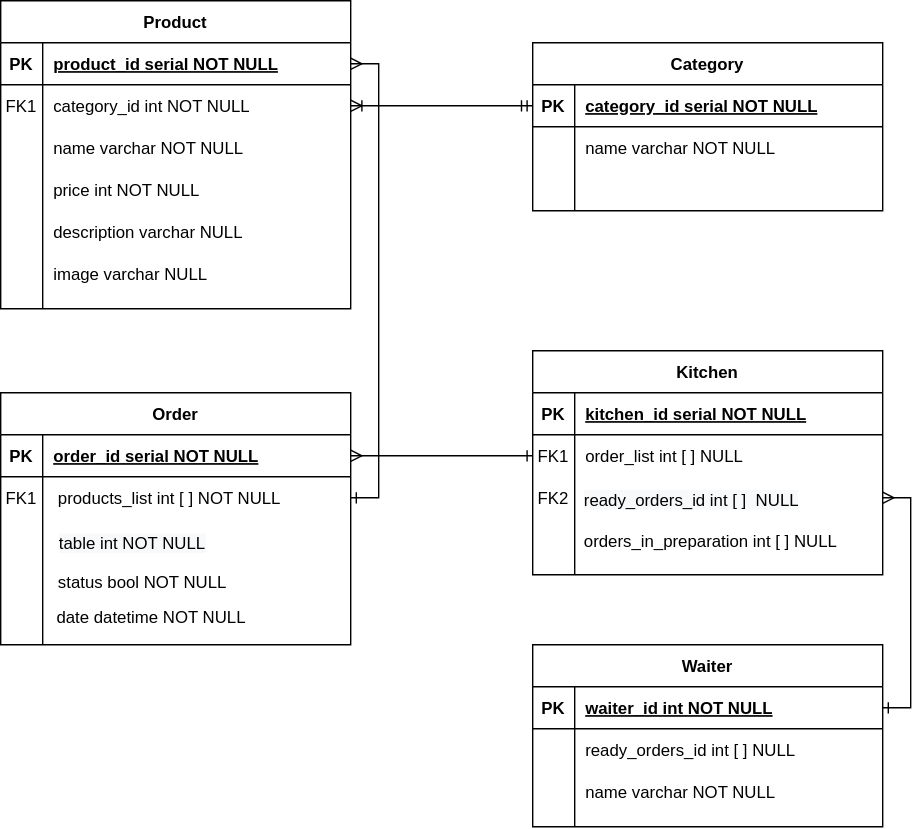
brunocamposal/kitchin-kanri keeps this draw.io diagram as kitchin.svg. Above is the earlier version. Source tidied: cells renumbered, new cells last; positions are measured from the earlier drawing's top-left corner, leaving out a move shared by most shapes.
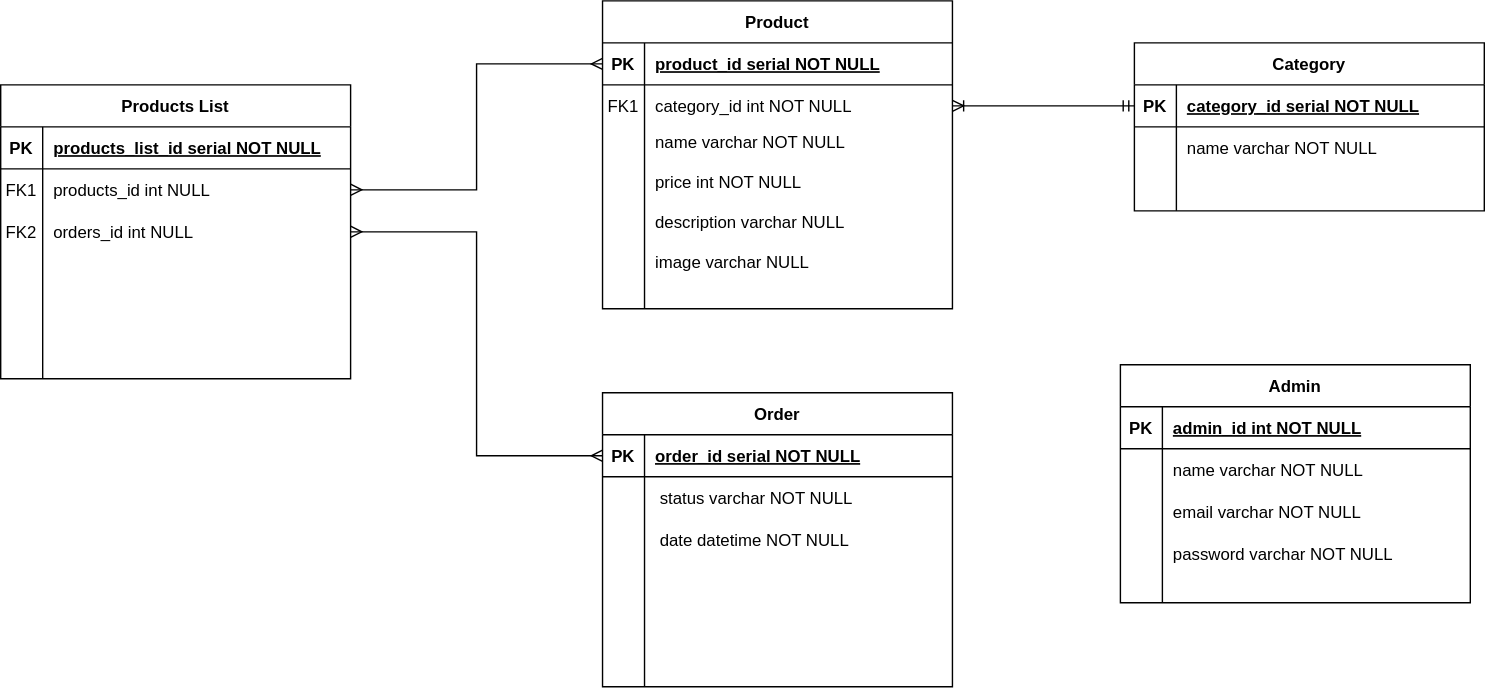
Above is the later version.

Change to the diagram source:
```diff
@@ -5,86 +5,11 @@
     <mxCell id="2" style="edgeStyle=entityRelationEdgeStyle;endArrow=ERoneToMany;startArrow=ERmandOne;endFill=0;startFill=0;" parent="1" edge="1" source="56" target="44">
       <mxGeometry relative="1" as="geometry" />
     </mxCell>
-    <mxCell id="3" value="Waiter" style="shape=table;startSize=30;rowLines=0;fontStyle=1;align=center;" parent="1" vertex="1">
-      <mxGeometry x="380" y="460" width="250" height="130" as="geometry" />
-    </mxCell>
-    <mxCell id="4" style="shape=partialRectangle;fillColor=none;points=[[0,0.5],[1,0.5]];portConstraint=eastwest;top=0;left=0;right=0;bottom=1;" parent="3" vertex="1">
-      <mxGeometry y="30" width="250" height="30" as="geometry" />
-    </mxCell>
-    <mxCell id="5" value="PK" style="shape=partialRectangle;overflow=hidden;fillColor=none;top=0;left=0;bottom=0;right=0;fontStyle=1;" parent="4" vertex="1">
-      <mxGeometry width="30" height="30" as="geometry" />
-    </mxCell>
-    <mxCell id="6" value="waiter_id int NOT NULL " style="shape=partialRectangle;overflow=hidden;fillColor=none;top=0;left=0;bottom=0;right=0;align=left;spacingLeft=6;fontStyle=5;" parent="4" vertex="1">
-      <mxGeometry x="30" width="220" height="30" as="geometry" />
-    </mxCell>
-    <mxCell id="7" style="shape=partialRectangle;fillColor=none;top=0;left=0;right=0;bottom=0;" parent="3" vertex="1">
-      <mxGeometry y="60" width="250" height="30" as="geometry" />
-    </mxCell>
-    <mxCell id="8" style="shape=partialRectangle;overflow=hidden;fillColor=none;top=0;left=0;bottom=0;right=0;" parent="7" vertex="1">
-      <mxGeometry width="30" height="30" as="geometry" />
-    </mxCell>
-    <mxCell id="9" value="ready_orders_id int [ ] NULL" style="shape=partialRectangle;overflow=hidden;fillColor=none;top=0;left=0;bottom=0;right=0;align=left;spacingLeft=6;" parent="7" vertex="1">
-      <mxGeometry x="30" width="220" height="30" as="geometry" />
-    </mxCell>
-    <mxCell id="10" style="shape=partialRectangle;fillColor=none;top=0;left=0;right=0;bottom=0;" parent="3" vertex="1">
-      <mxGeometry y="90" width="250" height="30" as="geometry" />
-    </mxCell>
-    <mxCell id="11" style="shape=partialRectangle;overflow=hidden;fillColor=none;top=0;left=0;bottom=0;right=0;" parent="10" vertex="1">
-      <mxGeometry width="30" height="30" as="geometry" />
-    </mxCell>
-    <mxCell id="12" value="name varchar NOT NULL" style="shape=partialRectangle;overflow=hidden;fillColor=none;top=0;left=0;bottom=0;right=0;align=left;spacingLeft=6;" parent="10" vertex="1">
-      <mxGeometry x="30" width="220" height="30" as="geometry" />
-    </mxCell>
-    <mxCell id="13" style="group;" parent="1" vertex="1">
-      <mxGeometry x="380" y="250" width="250" height="160" as="geometry" />
-    </mxCell>
-    <mxCell id="14" value="Kitchen" style="shape=table;startSize=30;rowLines=0;fontStyle=1;align=center;" parent="13" vertex="1">
-      <mxGeometry width="250" height="160" as="geometry" />
-    </mxCell>
-    <mxCell id="15" style="shape=partialRectangle;fillColor=none;top=0;left=0;right=0;bottom=1;" parent="14" vertex="1">
-      <mxGeometry y="30" width="250" height="30" as="geometry" />
-    </mxCell>
-    <mxCell id="16" value="PK" style="shape=partialRectangle;overflow=hidden;fillColor=none;top=0;left=0;bottom=0;right=0;fontStyle=1;" parent="15" vertex="1">
-      <mxGeometry width="30" height="30" as="geometry" />
-    </mxCell>
-    <mxCell id="17" value="kitchen_id serial NOT NULL " style="shape=partialRectangle;overflow=hidden;fillColor=none;top=0;left=0;bottom=0;right=0;align=left;spacingLeft=6;fontStyle=5;" parent="15" vertex="1">
-      <mxGeometry x="30" width="220" height="30" as="geometry" />
-    </mxCell>
-    <mxCell id="18" style="shape=partialRectangle;fillColor=none;points=[[0,0.5],[1,0.5]];portConstraint=eastwest;top=0;left=0;right=0;bottom=0;" parent="14" vertex="1">
-      <mxGeometry y="60" width="250" height="30" as="geometry" />
-    </mxCell>
-    <mxCell id="19" value="FK1" style="shape=partialRectangle;overflow=hidden;fillColor=none;top=0;left=0;bottom=0;right=0;" parent="18" vertex="1">
-      <mxGeometry width="30" height="30" as="geometry" />
-    </mxCell>
-    <mxCell id="20" value="order_list int [ ] NULL" style="shape=partialRectangle;overflow=hidden;fillColor=none;top=0;left=0;bottom=0;right=0;align=left;spacingLeft=6;" parent="18" vertex="1">
-      <mxGeometry x="30" width="220" height="30" as="geometry" />
-    </mxCell>
-    <mxCell id="21" style="shape=partialRectangle;fillColor=none;points=[[0,0.5],[1,0.5]];portConstraint=eastwest;top=0;left=0;right=0;bottom=0;" parent="14" vertex="1">
-      <mxGeometry y="90" width="250" height="30" as="geometry" />
-    </mxCell>
-    <mxCell id="22" style="shape=partialRectangle;overflow=hidden;fillColor=none;top=0;left=0;bottom=0;right=0;" parent="21" vertex="1">
-      <mxGeometry width="30" height="30" as="geometry" />
-    </mxCell>
-    <mxCell id="23" style="shape=partialRectangle;overflow=hidden;fillColor=none;top=0;left=0;bottom=0;right=0;align=left;spacingLeft=6;" parent="21" vertex="1">
-      <mxGeometry x="30" width="220" height="30" as="geometry" />
-    </mxCell>
-    <mxCell id="24" style="shape=partialRectangle;overflow=hidden;fillColor=none;top=0;left=0;bottom=0;right=0;align=left;spacingLeft=6;" parent="13" vertex="1">
-      <mxGeometry x="28" y="90" width="222" height="30" as="geometry" />
-    </mxCell>
-    <mxCell id="25" value="&lt;span style=&quot;color: rgb(0 , 0 , 0) ; font-family: &amp;#34;helvetica&amp;#34; ; font-size: 12px ; font-style: normal ; font-weight: 400 ; letter-spacing: normal ; text-align: left ; text-indent: 0px ; text-transform: none ; word-spacing: 0px ; background-color: rgb(248 , 249 , 250) ; display: inline ; float: none&quot;&gt;ready_orders_id int [ ]&amp;nbsp; NULL&lt;/span&gt;" style="text;whiteSpace=wrap;html=1;" parent="13" vertex="1">
-      <mxGeometry x="35" y="93" width="200" height="30" as="geometry" />
-    </mxCell>
-    <mxCell id="26" value="FK2" style="shape=partialRectangle;overflow=hidden;fillColor=none;top=0;left=0;bottom=0;right=0;" parent="13" vertex="1">
-      <mxGeometry y="90" width="30" height="30" as="geometry" />
-    </mxCell>
-    <mxCell id="27" value="orders_in_preparation int [ ] NULL" style="text;whiteSpace=wrap;html=1;" parent="13" vertex="1">
-      <mxGeometry x="35" y="123" width="185" height="30" as="geometry" />
-    </mxCell>
     <mxCell id="28" style="group;" parent="1" vertex="1">
       <mxGeometry y="280" width="250" height="180" as="geometry" />
     </mxCell>
     <mxCell id="29" value="Order" style="shape=table;startSize=30;rowLines=0;fontStyle=1;align=center;" parent="28" vertex="1">
-      <mxGeometry width="250" height="180" as="geometry" />
+      <mxGeometry width="250" height="210" as="geometry" />
     </mxCell>
     <mxCell id="30" style="shape=partialRectangle;fillColor=none;points=[[0,0.5],[1,0.5]];portConstraint=eastwest;top=0;left=0;right=0;bottom=1;" parent="29" vertex="1">
       <mxGeometry y="30" width="250" height="30" as="geometry" />
@@ -98,21 +23,27 @@
     <mxCell id="33" style="shape=partialRectangle;fillColor=none;points=[[0,0.5],[1,0.5]];portConstraint=eastwest;top=0;left=0;right=0;bottom=0;" parent="29" vertex="1">
       <mxGeometry y="60" width="250" height="30" as="geometry" />
     </mxCell>
-    <mxCell id="34" value="FK1" style="shape=partialRectangle;overflow=hidden;fillColor=none;top=0;left=0;bottom=0;right=0;" parent="33" vertex="1">
+    <mxCell id="34" style="shape=partialRectangle;overflow=hidden;fillColor=none;top=0;left=0;bottom=0;right=0;" parent="33" vertex="1">
       <mxGeometry width="30" height="30" as="geometry" />
     </mxCell>
-    <mxCell id="35" value=" products_list int [ ] NOT NULL" style="shape=partialRectangle;overflow=hidden;fillColor=none;top=0;left=0;bottom=0;right=0;align=left;spacingLeft=6;" parent="33" vertex="1">
+    <mxCell id="35" value=" status varchar NOT NULL" style="shape=partialRectangle;overflow=hidden;fillColor=none;top=0;left=0;bottom=0;right=0;align=left;spacingLeft=6;" parent="33" vertex="1">
       <mxGeometry x="30" width="220" height="30" as="geometry" />
     </mxCell>
+    <mxCell id="69" style="shape=partialRectangle;fillColor=none;top=0;left=0;right=0;bottom=0;" parent="29" vertex="1">
+      <mxGeometry y="90" width="250" height="30" as="geometry" />
+    </mxCell>
+    <mxCell id="70" style="shape=partialRectangle;overflow=hidden;fillColor=none;top=0;left=0;bottom=0;right=0;" parent="69" vertex="1">
+      <mxGeometry width="30" height="30" as="geometry" />
+    </mxCell>
+    <mxCell id="71" value=" date datetime NOT NULL" style="shape=partialRectangle;overflow=hidden;fillColor=none;top=0;left=0;bottom=0;right=0;align=left;spacingLeft=6;" parent="69" vertex="1">
+      <mxGeometry x="30" width="220" height="30" as="geometry" />
+    </mxCell>
-    <mxCell id="36" value=" status bool NOT NULL" style="shape=partialRectangle;overflow=hidden;fillColor=none;top=0;left=0;bottom=0;right=0;align=left;spacingLeft=6;" parent="28" vertex="1">
+    <mxCell id="36" style="shape=partialRectangle;overflow=hidden;fillColor=none;top=0;left=0;bottom=0;right=0;align=left;spacingLeft=6;" parent="28" vertex="1">
       <mxGeometry x="30" y="120" width="220" height="30" as="geometry" />
     </mxCell>
-    <mxCell id="37" value=" date datetime NOT NULL" style="shape=partialRectangle;overflow=hidden;fillColor=none;top=0;left=0;bottom=0;right=0;align=left;spacingLeft=6;" parent="28" vertex="1">
+    <mxCell id="37" style="shape=partialRectangle;overflow=hidden;fillColor=none;top=0;left=0;bottom=0;right=0;align=left;spacingLeft=6;" parent="28" vertex="1">
       <mxGeometry x="29" y="140" width="220" height="40" as="geometry" />
     </mxCell>
-    <mxCell id="38" value="&lt;meta charset=&quot;utf-8&quot;&gt;&lt;span style=&quot;color: rgb(0, 0, 0); font-family: helvetica; font-size: 12px; font-style: normal; font-weight: 400; letter-spacing: normal; text-align: left; text-indent: 0px; text-transform: none; word-spacing: 0px; background-color: rgb(248, 249, 250); display: inline; float: none;&quot;&gt;table int NOT NULL&lt;/span&gt;" style="text;whiteSpace=wrap;html=1;" parent="28" vertex="1">
-      <mxGeometry x="40" y="94" width="130" height="30" as="geometry" />
-    </mxCell>
     <mxCell id="39" style="group;" parent="1" vertex="1">
       <mxGeometry width="250" height="220" as="geometry" />
     </mxCell>
@@ -147,16 +78,16 @@
       <mxGeometry x="30" width="220" height="30" as="geometry" />
     </mxCell>
     <mxCell id="50" value="name varchar NOT NULL" style="shape=partialRectangle;overflow=hidden;fillColor=none;top=0;left=0;bottom=0;right=0;align=left;spacingLeft=6;" parent="39" vertex="1">
-      <mxGeometry x="30" y="90" width="220" height="30" as="geometry" />
+      <mxGeometry x="30" y="86.1" width="220" height="28.7" as="geometry" />
     </mxCell>
     <mxCell id="51" value="price int NOT NULL" style="shape=partialRectangle;overflow=hidden;fillColor=none;top=0;left=0;bottom=0;right=0;align=left;spacingLeft=6;" parent="39" vertex="1">
-      <mxGeometry x="30" y="120" width="220" height="30" as="geometry" />
+      <mxGeometry x="30" y="114.8" width="220" height="28.7" as="geometry" />
     </mxCell>
     <mxCell id="52" value="description varchar NULL" style="shape=partialRectangle;overflow=hidden;fillColor=none;top=0;left=0;bottom=0;right=0;align=left;spacingLeft=6;" parent="39" vertex="1">
-      <mxGeometry x="30" y="150" width="220" height="30" as="geometry" />
+      <mxGeometry x="30" y="143.5" width="220" height="28.7" as="geometry" />
     </mxCell>
     <mxCell id="53" value="image varchar NULL" style="shape=partialRectangle;overflow=hidden;fillColor=none;top=0;left=0;bottom=0;right=0;align=left;spacingLeft=6;" parent="39" vertex="1">
-      <mxGeometry x="30" y="180" width="220" height="30" as="geometry" />
+      <mxGeometry x="30" y="172.2" width="220" height="28.7" as="geometry" />
     </mxCell>
     <mxCell id="54" style="group;" parent="1" vertex="1">
       <mxGeometry x="380" y="30" width="250" height="120" as="geometry" />
@@ -170,7 +101,7 @@
     <mxCell id="57" value="PK" style="shape=partialRectangle;overflow=hidden;fillColor=none;top=0;left=0;bottom=0;right=0;fontStyle=1;" parent="56" vertex="1">
       <mxGeometry width="30" height="30" as="geometry" />
     </mxCell>
-    <mxCell id="58" value="category_id serial NOT NULL " style="shape=partialRectangle;overflow=hidden;fillColor=none;top=0;left=0;bottom=0;right=0;align=left;spacingLeft=6;fontStyle=5;" parent="56" vertex="1">
+    <mxCell id="58" value="category_id serial NOT NULL" style="shape=partialRectangle;overflow=hidden;fillColor=none;top=0;left=0;bottom=0;right=0;align=left;spacingLeft=6;fontStyle=5;" parent="56" vertex="1">
       <mxGeometry x="30" width="220" height="30" as="geometry" />
     </mxCell>
     <mxCell id="59" style="shape=partialRectangle;fillColor=none;top=0;left=0;right=0;bottom=0;" parent="55" vertex="1">
@@ -194,14 +125,92 @@
     <mxCell id="65" value="name varchar NOT NULL" style="shape=partialRectangle;overflow=hidden;fillColor=none;top=0;left=0;bottom=0;right=0;align=left;spacingLeft=6;" parent="54" vertex="1">
       <mxGeometry x="30" y="60" width="220" height="30" as="geometry" />
     </mxCell>
-    <mxCell id="66" style="edgeStyle=orthogonalEdgeStyle;rounded=0;jettySize=auto;html=1;exitX=1;exitY=0.5;exitDx=0;exitDy=0;startArrow=ERmany;startFill=0;endArrow=ERone;endFill=0;" parent="1" edge="1" source="41" target="33">
-      <mxGeometry relative="1" as="geometry" />
-    </mxCell>
-    <mxCell id="67" style="edgeStyle=orthogonalEdgeStyle;rounded=0;jettySize=auto;html=1;exitX=1;exitY=0.5;exitDx=0;exitDy=0;entryX=0;entryY=0.5;entryDx=0;entryDy=0;startArrow=ERmany;startFill=0;endArrow=ERone;endFill=0;" parent="1" edge="1" source="30" target="18">
-      <mxGeometry relative="1" as="geometry" />
-    </mxCell>
-    <mxCell id="68" style="edgeStyle=orthogonalEdgeStyle;rounded=0;jettySize=auto;html=1;exitX=1;exitY=0.5;exitDx=0;exitDy=0;entryX=1;entryY=0.5;entryDx=0;entryDy=0;startArrow=ERmany;startFill=0;endArrow=ERone;endFill=0;" parent="1" edge="1" source="21" target="4">
-      <mxGeometry relative="1" as="geometry" />
-    </mxCell>
+    <mxCell id="72" style="group;" parent="1" vertex="1">
+      <mxGeometry x="-430" y="60" width="250" height="180" as="geometry" />
+    </mxCell>
+    <mxCell id="73" value="Products List" style="shape=table;startSize=30;rowLines=0;fontStyle=1;align=center;" parent="72" vertex="1">
+      <mxGeometry width="250" height="210" as="geometry" />
+    </mxCell>
+    <mxCell id="15" style="shape=partialRectangle;fillColor=none;top=0;left=0;right=0;bottom=1;" parent="73" vertex="1">
+      <mxGeometry y="30" width="250" height="30" as="geometry" />
+    </mxCell>
+    <mxCell id="16" value="PK" style="shape=partialRectangle;overflow=hidden;fillColor=none;top=0;left=0;bottom=0;right=0;fontStyle=1;" parent="15" vertex="1">
+      <mxGeometry width="30" height="30" as="geometry" />
+    </mxCell>
+    <mxCell id="74" value="products_list_id serial NOT NULL " style="shape=partialRectangle;overflow=hidden;fillColor=none;top=0;left=0;bottom=0;right=0;align=left;spacingLeft=6;fontStyle=5;" parent="15" vertex="1">
+      <mxGeometry x="30" width="220" height="30" as="geometry" />
+    </mxCell>
+    <mxCell id="18" style="shape=partialRectangle;fillColor=none;points=[[0,0.5],[1,0.5]];portConstraint=eastwest;top=0;left=0;right=0;bottom=0;" parent="73" vertex="1">
+      <mxGeometry y="60" width="250" height="30" as="geometry" />
+    </mxCell>
+    <mxCell id="19" value="FK1" style="shape=partialRectangle;overflow=hidden;fillColor=none;top=0;left=0;bottom=0;right=0;" parent="18" vertex="1">
+      <mxGeometry width="30" height="30" as="geometry" />
+    </mxCell>
+    <mxCell id="75" value="products_id int NULL" style="shape=partialRectangle;overflow=hidden;fillColor=none;top=0;left=0;bottom=0;right=0;align=left;spacingLeft=6;" parent="18" vertex="1">
+      <mxGeometry x="30" width="220" height="30" as="geometry" />
+    </mxCell>
+    <mxCell id="76" style="shape=partialRectangle;fillColor=none;points=[[0,0.5],[1,0.5]];portConstraint=eastwest;top=0;left=0;right=0;bottom=0;" parent="73" vertex="1">
+      <mxGeometry y="90" width="250" height="30" as="geometry" />
+    </mxCell>
+    <mxCell id="77" style="shape=partialRectangle;overflow=hidden;fillColor=none;top=0;left=0;bottom=0;right=0;" parent="76" vertex="1">
+      <mxGeometry width="30" height="30" as="geometry" />
+    </mxCell>
+    <mxCell id="78" value="orders_id int NULL" style="shape=partialRectangle;overflow=hidden;fillColor=none;top=0;left=0;bottom=0;right=0;align=left;spacingLeft=6;" parent="76" vertex="1">
+      <mxGeometry x="30" width="220" height="30" as="geometry" />
+    </mxCell>
+    <mxCell id="79" style="shape=partialRectangle;overflow=hidden;fillColor=none;top=0;left=0;bottom=0;right=0;align=left;spacingLeft=6;" parent="72" vertex="1">
+      <mxGeometry x="30" y="120" width="220" height="30" as="geometry" />
+    </mxCell>
+    <mxCell id="80" style="shape=partialRectangle;overflow=hidden;fillColor=none;top=0;left=0;bottom=0;right=0;align=left;spacingLeft=6;" parent="72" vertex="1">
+      <mxGeometry x="29" y="140" width="220" height="40" as="geometry" />
+    </mxCell>
+    <mxCell id="26" value="FK2" style="shape=partialRectangle;overflow=hidden;fillColor=none;top=0;left=0;bottom=0;right=0;" parent="72" vertex="1">
+      <mxGeometry y="90" width="30" height="30" as="geometry" />
+    </mxCell>
+    <mxCell id="81" style="group;" parent="1" vertex="1">
+      <mxGeometry x="370" y="260" width="250" height="170" as="geometry" />
+    </mxCell>
+    <mxCell id="3" value="Admin" style="shape=table;startSize=30;rowLines=0;fontStyle=1;align=center;" parent="81" vertex="1">
+      <mxGeometry width="250" height="170" as="geometry" />
+    </mxCell>
+    <mxCell id="4" style="shape=partialRectangle;fillColor=none;points=[[0,0.5],[1,0.5]];portConstraint=eastwest;top=0;left=0;right=0;bottom=1;" parent="3" vertex="1">
+      <mxGeometry y="30" width="250" height="30" as="geometry" />
+    </mxCell>
+    <mxCell id="5" value="PK" style="shape=partialRectangle;overflow=hidden;fillColor=none;top=0;left=0;bottom=0;right=0;fontStyle=1;" parent="4" vertex="1">
+      <mxGeometry width="30" height="30" as="geometry" />
+    </mxCell>
+    <mxCell id="6" value="admin_id int NOT NULL " style="shape=partialRectangle;overflow=hidden;fillColor=none;top=0;left=0;bottom=0;right=0;align=left;spacingLeft=6;fontStyle=5;" parent="4" vertex="1">
+      <mxGeometry x="30" width="220" height="30" as="geometry" />
+    </mxCell>
+    <mxCell id="10" style="shape=partialRectangle;fillColor=none;top=0;left=0;right=0;bottom=0;" parent="3" vertex="1">
+      <mxGeometry y="60" width="250" height="30" as="geometry" />
+    </mxCell>
+    <mxCell id="11" style="shape=partialRectangle;overflow=hidden;fillColor=none;top=0;left=0;bottom=0;right=0;" parent="10" vertex="1">
+      <mxGeometry width="30" height="30" as="geometry" />
+    </mxCell>
+    <mxCell id="12" value="name varchar NOT NULL" style="shape=partialRectangle;overflow=hidden;fillColor=none;top=0;left=0;bottom=0;right=0;align=left;spacingLeft=6;" parent="10" vertex="1">
+      <mxGeometry x="30" width="220" height="30" as="geometry" />
+    </mxCell>
+    <mxCell id="7" style="shape=partialRectangle;fillColor=none;top=0;left=0;right=0;bottom=0;" parent="3" vertex="1">
+      <mxGeometry y="90" width="250" height="30" as="geometry" />
+    </mxCell>
+    <mxCell id="8" style="shape=partialRectangle;overflow=hidden;fillColor=none;top=0;left=0;bottom=0;right=0;" parent="7" vertex="1">
+      <mxGeometry width="30" height="30" as="geometry" />
+    </mxCell>
+    <mxCell id="9" style="shape=partialRectangle;overflow=hidden;fillColor=none;top=0;left=0;bottom=0;right=0;align=left;spacingLeft=6;" parent="7" vertex="1">
+      <mxGeometry x="30" width="220" height="30" as="geometry" />
+    </mxCell>
+    <mxCell id="82" value="email varchar NOT NULL" style="shape=partialRectangle;overflow=hidden;fillColor=none;top=0;left=0;bottom=0;right=0;align=left;spacingLeft=6;" parent="81" vertex="1">
+      <mxGeometry x="30" y="90" width="220" height="30" as="geometry" />
+    </mxCell>
+    <mxCell id="83" value="password varchar NOT NULL" style="shape=partialRectangle;overflow=hidden;fillColor=none;top=0;left=0;bottom=0;right=0;align=left;spacingLeft=6;" parent="81" vertex="1">
+      <mxGeometry x="30" y="120" width="220" height="30" as="geometry" />
+    </mxCell>
+    <mxCell id="84" style="edgeStyle=orthogonalEdgeStyle;rounded=0;jettySize=auto;html=1;exitX=1;exitY=0.5;exitDx=0;exitDy=0;entryX=0;entryY=0.5;entryDx=0;entryDy=0;startArrow=ERmany;startFill=0;endArrow=ERmany;endFill=0;" parent="1" edge="1" source="76" target="30">
+      <mxGeometry relative="1" as="geometry" />
+    </mxCell>
+    <mxCell id="85" style="edgeStyle=orthogonalEdgeStyle;rounded=0;jettySize=auto;html=1;exitX=1;exitY=0.5;exitDx=0;exitDy=0;entryX=0;entryY=0.5;entryDx=0;entryDy=0;startArrow=ERmany;startFill=0;endArrow=ERmany;endFill=0;" parent="1" edge="1" source="18" target="41">
+      <mxGeometry relative="1" as="geometry" />
+    </mxCell>
   </root>
 </mxGraphModel>
```
